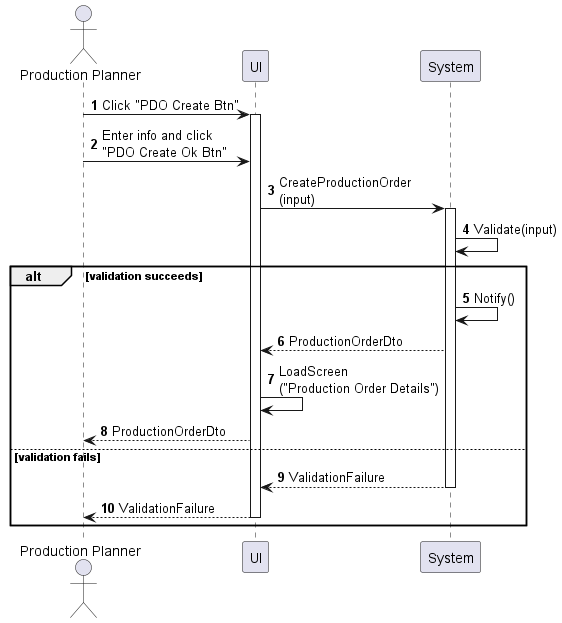
phihungha/scmss-reqs keeps this PlantUML diagram as sequences/production-order-create.png. Above is the earlier version.
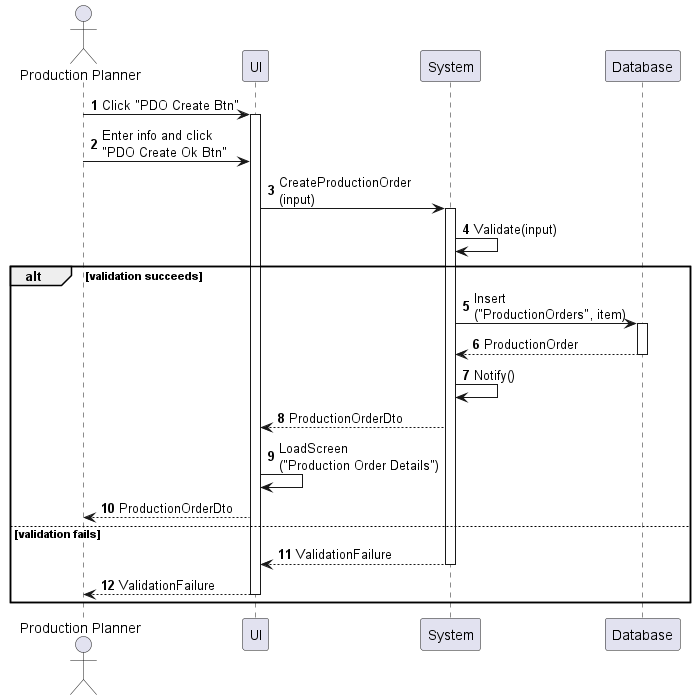
The same file after the commit.

The edit, as a diff of the source:
```diff
@@ -4,6 +4,7 @@
 actor "Production Planner" as a
 participant UI as f
 participant System as b
+participant Database as d
 
 a -> f : Click "PDO Create Btn"
 activate f
@@ -13,6 +14,9 @@
 b -> b : Validate(input)
 
 alt validation succeeds
+    b -> d : Insert\n("ProductionOrders", item)
+    activate d
+    return ProductionOrder
     b -> b : Notify()
     b --> f : ProductionOrderDto
     f -> f : LoadScreen\n("Production Order Details")
```
